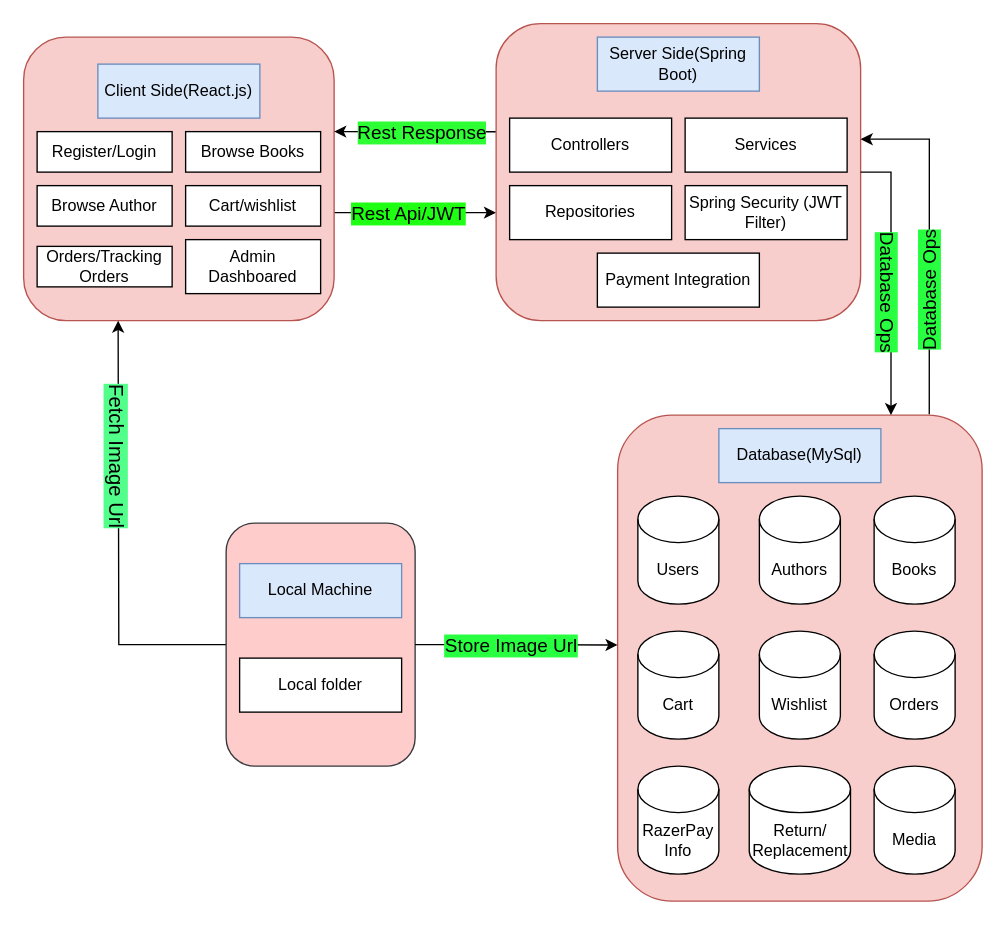
Earlier version of the draw.io diagram UML Diagram/Architecture.drawio (abubakar8866/Bookify-Online-Book-Shopping). Source tidied: cells renumbered, new cells numbered last; positions are measured from the earlier drawing's top-left corner, leaving out a move shared by most shapes. Both pictures are drawn from the tidied source at 135%, with x=0, y=0 at pixel (23, 23).
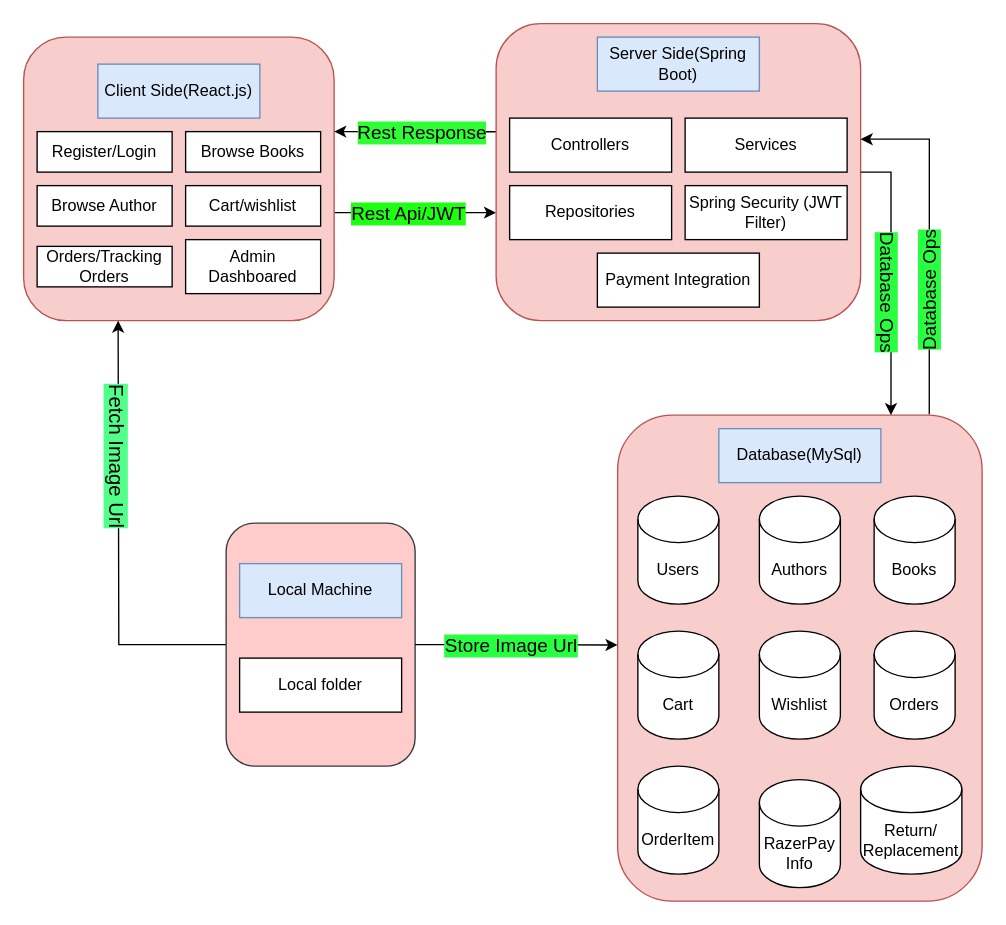
The same page after the edit.

What changed in the source:
```diff
@@
-    <mxCell id="28" value="RazerPay Info" style="shape=cylinder3;whiteSpace=wrap;html=1;boundedLbl=1;backgroundOutline=1;size=17.20001220703125;" parent="1" vertex="1">
+    <mxCell id="28" value="OrderItem" style="shape=cylinder3;whiteSpace=wrap;html=1;boundedLbl=1;backgroundOutline=1;size=17.20001220703125;" parent="1" vertex="1">
       <mxGeometry x="455" y="550" width="60" height="80" as="geometry" />
     </mxCell>
     <mxCell id="29" value="Return/&lt;div&gt;Replacement&lt;/div&gt;" style="shape=cylinder3;whiteSpace=wrap;html=1;boundedLbl=1;backgroundOutline=1;size=17.20001220703125;" parent="1" vertex="1">
-      <mxGeometry x="537.5" y="550" width="75" height="80" as="geometry" />
+      <mxGeometry x="620" y="550" width="75" height="80" as="geometry" />
     </mxCell>
-    <mxCell id="30" value="Media" style="shape=cylinder3;whiteSpace=wrap;html=1;boundedLbl=1;backgroundOutline=1;size=17.20001220703125;" parent="1" vertex="1">
-      <mxGeometry x="630" y="550" width="60" height="80" as="geometry" />
+    <mxCell id="30" value="RazerPay Info" style="shape=cylinder3;whiteSpace=wrap;html=1;boundedLbl=1;backgroundOutline=1;size=17.20001220703125;" parent="1" vertex="1">
+      <mxGeometry x="545" y="560" width="60" height="80" as="geometry" />
     </mxCell>
```
